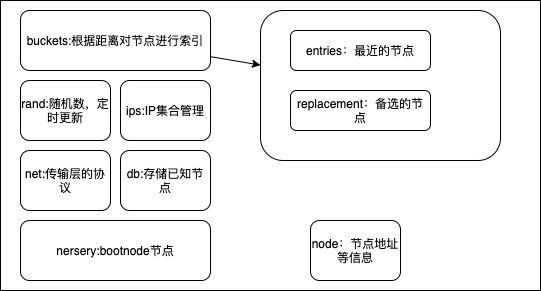
mindcarver/picture_bed keeps this draw.io diagram as p2p.png. Above is the earlier version. Source tidied: cells renumbered, new cells last; positions are measured from the earlier drawing's top-left corner, leaving out a move shared by most shapes.
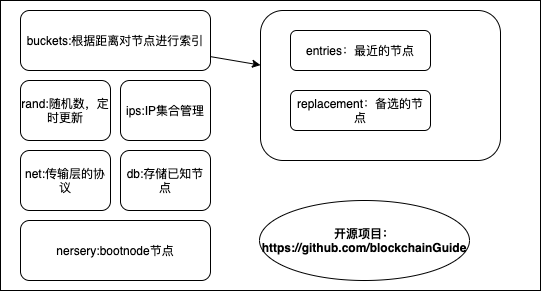
After the change.

The edit, as a diff of the source:
```diff
@@ -26,9 +26,6 @@
     <mxCell id="9" value="nersery:bootnode节点" style="rounded=1;whiteSpace=wrap;html=1;" parent="1" vertex="1">
       <mxGeometry x="20" y="220" width="190" height="60" as="geometry" />
     </mxCell>
-    <mxCell id="10" value="node：节点地址等信息" style="rounded=1;whiteSpace=wrap;html=1;" parent="1" vertex="1">
-      <mxGeometry x="310" y="220" width="90" height="60" as="geometry" />
-    </mxCell>
     <mxCell id="11" style="rounded=1;whiteSpace=wrap;html=1;" parent="1" vertex="1">
       <mxGeometry x="260" y="10" width="240" height="150" as="geometry" />
     </mxCell>
@@ -38,5 +35,8 @@
     <mxCell id="13" value="replacement：备选的节点" style="rounded=1;whiteSpace=wrap;html=1;" parent="1" vertex="1">
       <mxGeometry x="290" y="90" width="140" height="40" as="geometry" />
     </mxCell>
+    <mxCell id="14" value="&lt;b&gt;开源项目：https://github.com/blockchainGuide&lt;/b&gt;" style="ellipse;whiteSpace=wrap;html=1;" parent="1" vertex="1">
+      <mxGeometry x="259" y="200" width="210" height="80" as="geometry" />
+    </mxCell>
   </root>
 </mxGraphModel>
```
